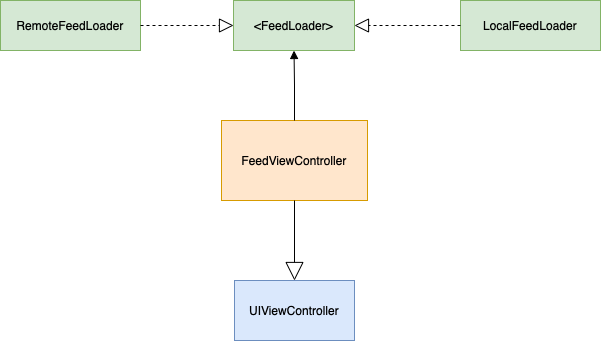
This is Diagrams/LearnDiagram.drawio.png from Galih94/LearnDependencyDiagram, a draw.io export, as it was before one commit. Source tidied: cells renumbered, new cells last; positions are measured from the earlier drawing's top-left corner, leaving out a move shared by most shapes.
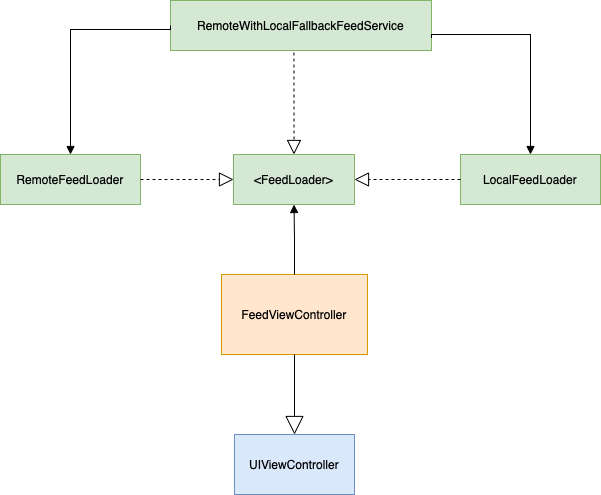
Later version of the same file.

Commit message:
create(RemoteWithLocalFallbackFeedService): create RemoteWithLocalFallbackFeedService that conforms to FeedLoader as a logic that detect use local or remote loader api, and update diagram

Diff of the diagram source:
```diff
@@ -29,5 +29,25 @@
     <mxCell id="10" style="endArrow=block;dashed=1;endFill=0;endSize=12;html=1;rounded=0;entryX=1;entryY=0.5;entryDx=0;entryDy=0;exitX=0;exitY=0.5;exitDx=0;exitDy=0;" parent="1" edge="1" source="9" target="5">
       <mxGeometry relative="1" as="geometry" />
     </mxCell>
+    <mxCell id="11" value="RemoteWithLocalFallbackFeedService" style="html=1;whiteSpace=wrap;fillColor=#d5e8d4;strokeColor=#82b366;" parent="1" vertex="1">
+      <mxGeometry x="170" y="-154" width="261" height="50" as="geometry" />
+    </mxCell>
+    <mxCell id="12" style="endArrow=block;dashed=1;endFill=0;endSize=12;html=1;rounded=0;exitX=0.473;exitY=1.04;exitDx=0;exitDy=0;exitPerimeter=0;entryX=0.5;entryY=0;entryDx=0;entryDy=0;" parent="1" edge="1" source="11" target="5">
+      <mxGeometry relative="1" as="geometry" />
+    </mxCell>
+    <mxCell id="13" style="html=1;verticalAlign=bottom;endArrow=block;edgeStyle=elbowEdgeStyle;elbow=vertical;curved=0;rounded=0;entryX=0.5;entryY=0;entryDx=0;entryDy=0;exitX=1;exitY=0.75;exitDx=0;exitDy=0;" parent="1" edge="1" source="11" target="9">
+      <mxGeometry relative="1" as="geometry">
+        <Array as="points">
+          <mxPoint x="480" y="-120" />
+        </Array>
+      </mxGeometry>
+    </mxCell>
+    <mxCell id="14" style="html=1;verticalAlign=bottom;endArrow=block;edgeStyle=elbowEdgeStyle;elbow=vertical;curved=0;rounded=0;exitX=0;exitY=0.5;exitDx=0;exitDy=0;entryX=0.5;entryY=0;entryDx=0;entryDy=0;" parent="1" edge="1" source="11" target="7">
+      <mxGeometry relative="1" as="geometry">
+        <Array as="points">
+          <mxPoint x="90" y="-125" />
+        </Array>
+      </mxGeometry>
+    </mxCell>
   </root>
 </mxGraphModel>
```
